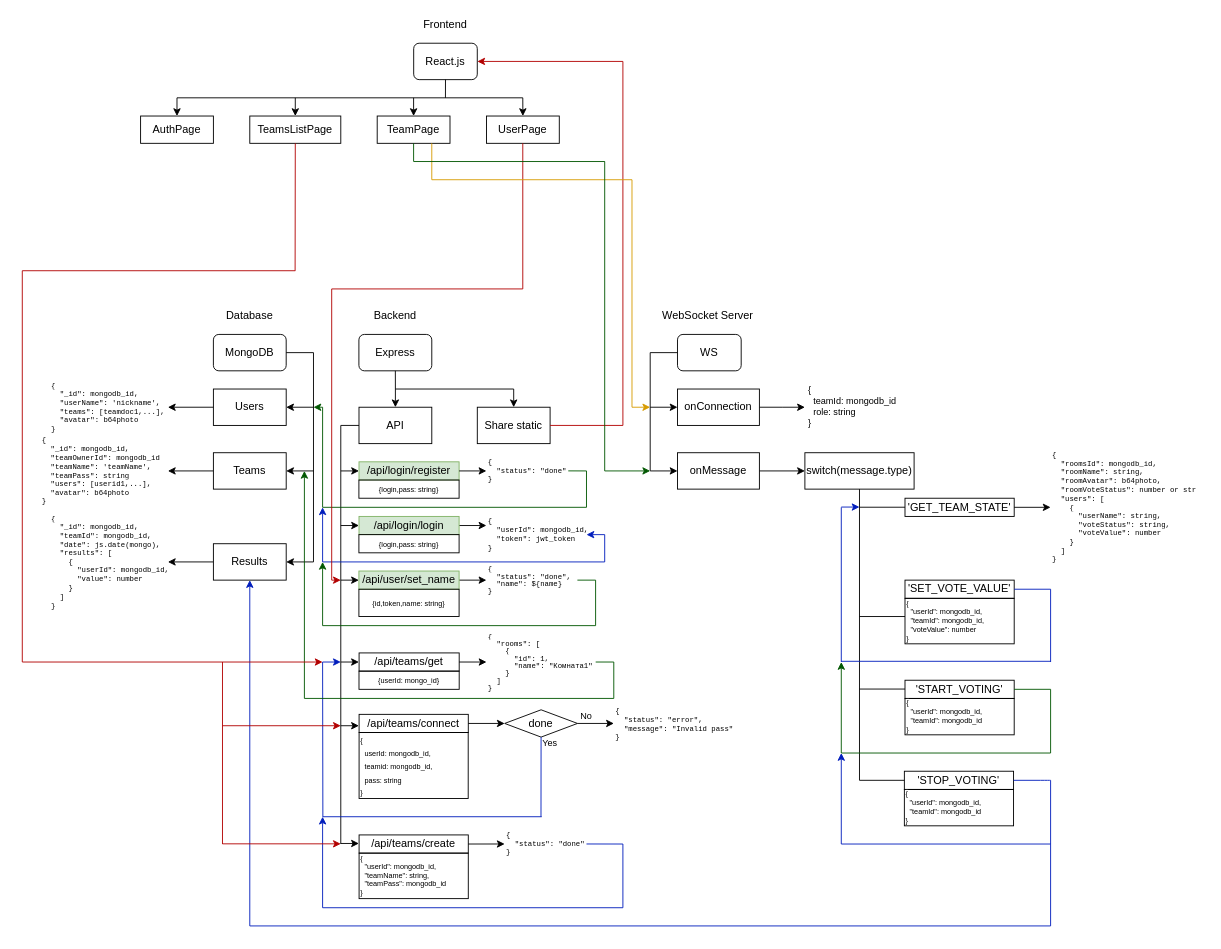
This is poker.drawio from qavan/planning-poker, a draw.io file, before an edit. Source tidied: cells renumbered, new cells numbered last; positions are measured from the earlier drawing's top-left corner, leaving out a move shared by most shapes. Both pictures are drawn from the tidied source at 91%, with x=0, y=0 at pixel (22, 15).
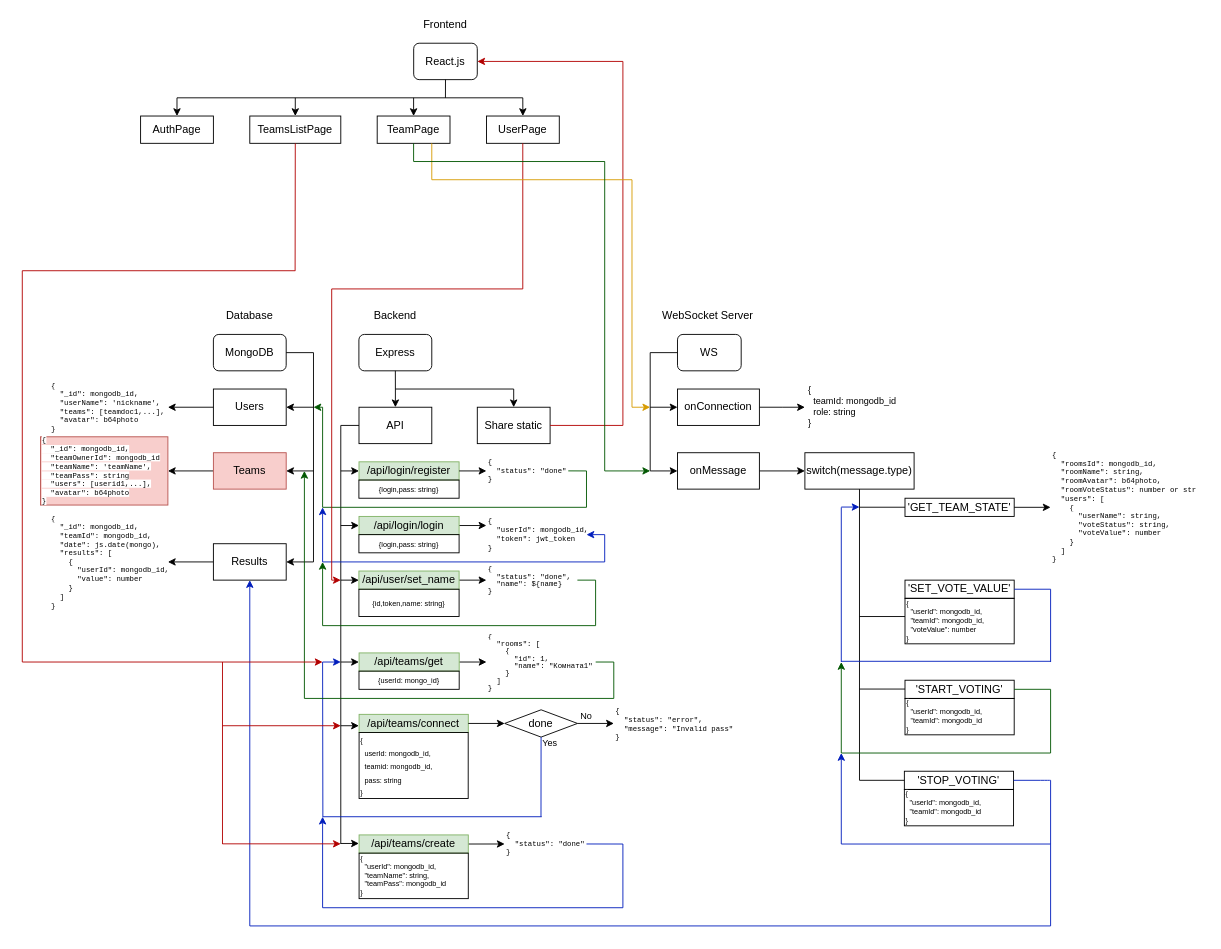
The same diagram, later.

Commit message (it also covers changes not shown here):
teams api

Diff of the diagram source:
```diff
@@
-    <mxCell id="25" value="Teams" style="rounded=0;whiteSpace=wrap;html=1;" parent="1" vertex="1">
+    <mxCell id="25" value="Teams" style="rounded=0;whiteSpace=wrap;html=1;fillColor=#f8cecc;strokeColor=#b85450;" parent="1" vertex="1">
       <mxGeometry x="210" y="480" width="80" height="40" as="geometry" />
     </mxCell>
@@
-    <mxCell id="27" value="&lt;div style=&quot;font-family: &amp;#34;jetbrains mono&amp;#34; , &amp;#34;consolas&amp;#34; , &amp;#34;courier new&amp;#34; , monospace ; line-height: 120% ; white-space: pre ; font-size: 8px&quot;&gt;&lt;div&gt;&lt;span style=&quot;background-color: rgb(255 , 255 , 255)&quot;&gt;{&lt;/span&gt;&lt;/div&gt;&lt;div&gt;&lt;span style=&quot;background-color: rgb(255 , 255 , 255)&quot;&gt;&amp;nbsp;&amp;nbsp;&quot;_id&quot;: mongodb_id,&lt;/span&gt;&lt;/div&gt;&lt;div&gt;&lt;span style=&quot;background-color: rgb(255 , 255 , 255)&quot;&gt;  &quot;teamOwnerId&quot;: mongodb_id&lt;/span&gt;&lt;/div&gt;&lt;div&gt;&lt;span style=&quot;background-color: rgb(255 , 255 , 255)&quot;&gt;  &quot;teamName&quot;: 'teamName',&lt;/span&gt;&lt;/div&gt;&lt;div&gt;&lt;span style=&quot;background-color: rgb(255 , 255 , 255)&quot;&gt;  &quot;teamPass&quot;: string&lt;/span&gt;&lt;/div&gt;&lt;div&gt;&lt;span style=&quot;background-color: rgb(255 , 255 , 255)&quot;&gt;  &quot;users&quot;: [userid1,...],&lt;/span&gt;&lt;/div&gt;&lt;div&gt;&lt;span style=&quot;background-color: rgb(255 , 255 , 255)&quot;&gt;  &quot;avatar&quot;: b64photo&lt;/span&gt;&lt;/div&gt;&lt;div&gt;&lt;span style=&quot;background-color: rgb(255 , 255 , 255)&quot;&gt;}&lt;/span&gt;&lt;/div&gt;&lt;/div&gt;" style="text;html=1;strokeColor=none;fillColor=none;align=left;verticalAlign=middle;whiteSpace=wrap;rounded=0;" parent="1" vertex="1">
+    <mxCell id="27" value="&lt;div style=&quot;font-family: &amp;#34;jetbrains mono&amp;#34; , &amp;#34;consolas&amp;#34; , &amp;#34;courier new&amp;#34; , monospace ; line-height: 120% ; white-space: pre ; font-size: 8px&quot;&gt;&lt;div&gt;&lt;span style=&quot;background-color: rgb(255 , 255 , 255)&quot;&gt;{&lt;/span&gt;&lt;/div&gt;&lt;div&gt;&lt;span style=&quot;background-color: rgb(255 , 255 , 255)&quot;&gt;&amp;nbsp;&amp;nbsp;&quot;_id&quot;: mongodb_id,&lt;/span&gt;&lt;/div&gt;&lt;div&gt;&lt;span style=&quot;background-color: rgb(255 , 255 , 255)&quot;&gt;  &quot;teamOwnerId&quot;: mongodb_id&lt;/span&gt;&lt;/div&gt;&lt;div&gt;&lt;span style=&quot;background-color: rgb(255 , 255 , 255)&quot;&gt;  &quot;teamName&quot;: 'teamName',&lt;/span&gt;&lt;/div&gt;&lt;div&gt;&lt;span style=&quot;background-color: rgb(255 , 255 , 255)&quot;&gt;  &quot;teamPass&quot;: string&lt;/span&gt;&lt;/div&gt;&lt;div&gt;&lt;span style=&quot;background-color: rgb(255 , 255 , 255)&quot;&gt;  &quot;users&quot;: [userid1,...],&lt;/span&gt;&lt;/div&gt;&lt;div&gt;&lt;span style=&quot;background-color: rgb(255 , 255 , 255)&quot;&gt;  &quot;avatar&quot;: b64photo&lt;/span&gt;&lt;/div&gt;&lt;div&gt;&lt;span style=&quot;background-color: rgb(255 , 255 , 255)&quot;&gt;}&lt;/span&gt;&lt;/div&gt;&lt;/div&gt;" style="text;html=1;strokeColor=#b85450;fillColor=#f8cecc;align=left;verticalAlign=middle;whiteSpace=wrap;rounded=0;" parent="1" vertex="1">
       <mxGeometry x="20" y="462.5" width="140" height="75" as="geometry" />
     </mxCell>
@@
-    <mxCell id="46" value="/api/teams/create" style="text;html=1;strokeColor=#000000;fillColor=none;align=center;verticalAlign=middle;whiteSpace=wrap;rounded=0;" parent="1" vertex="1">
+    <mxCell id="46" value="/api/teams/create" style="text;html=1;strokeColor=#82b366;fillColor=#d5e8d4;align=center;verticalAlign=middle;whiteSpace=wrap;rounded=0;" parent="1" vertex="1">
       <mxGeometry x="370.1" y="900" width="120" height="20" as="geometry" />
     </mxCell>
@@
-    <mxCell id="69" value="/api/teams/get" style="text;html=1;strokeColor=#000000;fillColor=none;align=center;verticalAlign=middle;whiteSpace=wrap;rounded=0;" parent="1" vertex="1">
+    <mxCell id="69" value="/api/teams/get" style="text;html=1;strokeColor=#82b366;fillColor=#d5e8d4;align=center;verticalAlign=middle;whiteSpace=wrap;rounded=0;" parent="1" vertex="1">
       <mxGeometry x="370.1" y="700" width="110" height="20" as="geometry" />
     </mxCell>
@@
-    <mxCell id="75" value="/api/teams/connect" style="text;html=1;strokeColor=#000000;fillColor=none;align=center;verticalAlign=middle;whiteSpace=wrap;rounded=0;" parent="1" vertex="1">
+    <mxCell id="75" value="/api/teams/connect" style="text;html=1;strokeColor=#82b366;fillColor=#d5e8d4;align=center;verticalAlign=middle;whiteSpace=wrap;rounded=0;" parent="1" vertex="1">
       <mxGeometry x="370.1" y="767.5" width="120" height="20" as="geometry" />
     </mxCell>
```
